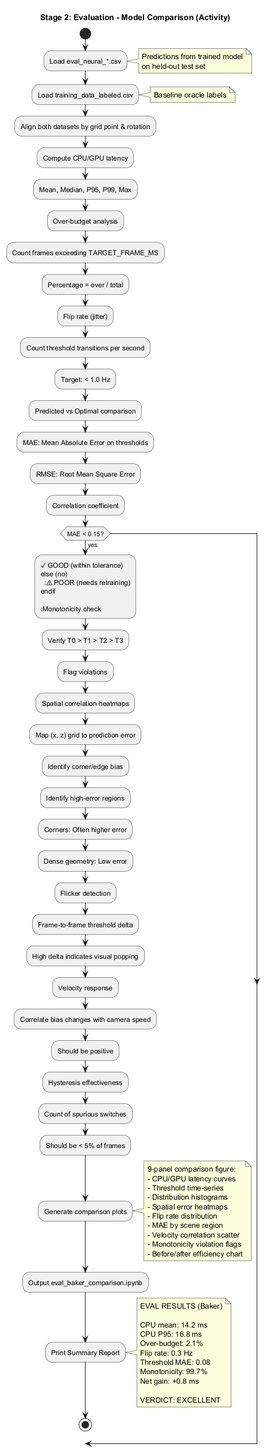
Silent0Wings/neural-lod keeps this PlantUML diagram as ml_pipeline/Diagram/Stage_2/Stage_2_Evaluation_Comparison.png. Above is the earlier version. Its diagram source:
```plantuml
@startuml Stage_2_Evaluation_Comparison

title Stage 2: Evaluation - Model Comparison (Activity)

start

:Load eval_neural_*.csv;
note right
  Predictions from trained model
  on held-out test set
end note

:Load training_data_labeled.csv;
note right
  Baseline oracle labels
end note

:Align both datasets by grid point & rotation;

:Compute CPU/GPU latency;
:Mean, Median, P95, P99, Max;

:Over-budget analysis;
:Count frames exceeding TARGET_FRAME_MS;
:Percentage = over / total;

:Flip rate (jitter);
:Count threshold transitions per second;
:Target: < 1.0 Hz;

:Predicted vs Optimal comparison;
:MAE: Mean Absolute Error on thresholds;
:RMSE: Root Mean Square Error;
:Correlation coefficient;

if (MAE < 0.15?) then (yes)
  :✓ GOOD (within tolerance)
else (no)
  :⚠ POOR (needs retraining)
endif

:Monotonicity check;
:Verify T0 > T1 > T2 > T3;
:Flag violations;

:Spatial correlation heatmaps;
:Map (x, z) grid to prediction error;
:Identify corner/edge bias;

:Identify high-error regions;
:Corners: Often higher error;
:Dense geometry: Low error;

:Flicker detection;
:Frame-to-frame threshold delta;
:High delta indicates visual popping;

:Velocity response;
:Correlate bias changes with camera speed;
:Should be positive;

:Hysteresis effectiveness;
:Count of spurious switches;
:Should be < 5% of frames;

:Generate comparison plots;

note right
  9-panel comparison figure:
  - CPU/GPU latency curves
  - Threshold time-series
  - Distribution histograms
  - Spatial error heatmaps
  - Flip rate distribution
  - MAE by scene region
  - Velocity correlation scatter
  - Monotonicity violation flags
  - Before/after efficiency chart
end note

:Output eval_baker_comparison.ipynb;

:Print Summary Report;

note right
  EVAL RESULTS (Baker)

  CPU mean: 14.2 ms
  CPU P95: 16.8 ms
  Over-budget: 2.1%
  Flip rate: 0.3 Hz
  Threshold MAE: 0.08
  Monotonicity: 99.7%
  Net gain: +0.8 ms

  VERDICT: EXCELLENT
end note

stop

@enduml
```
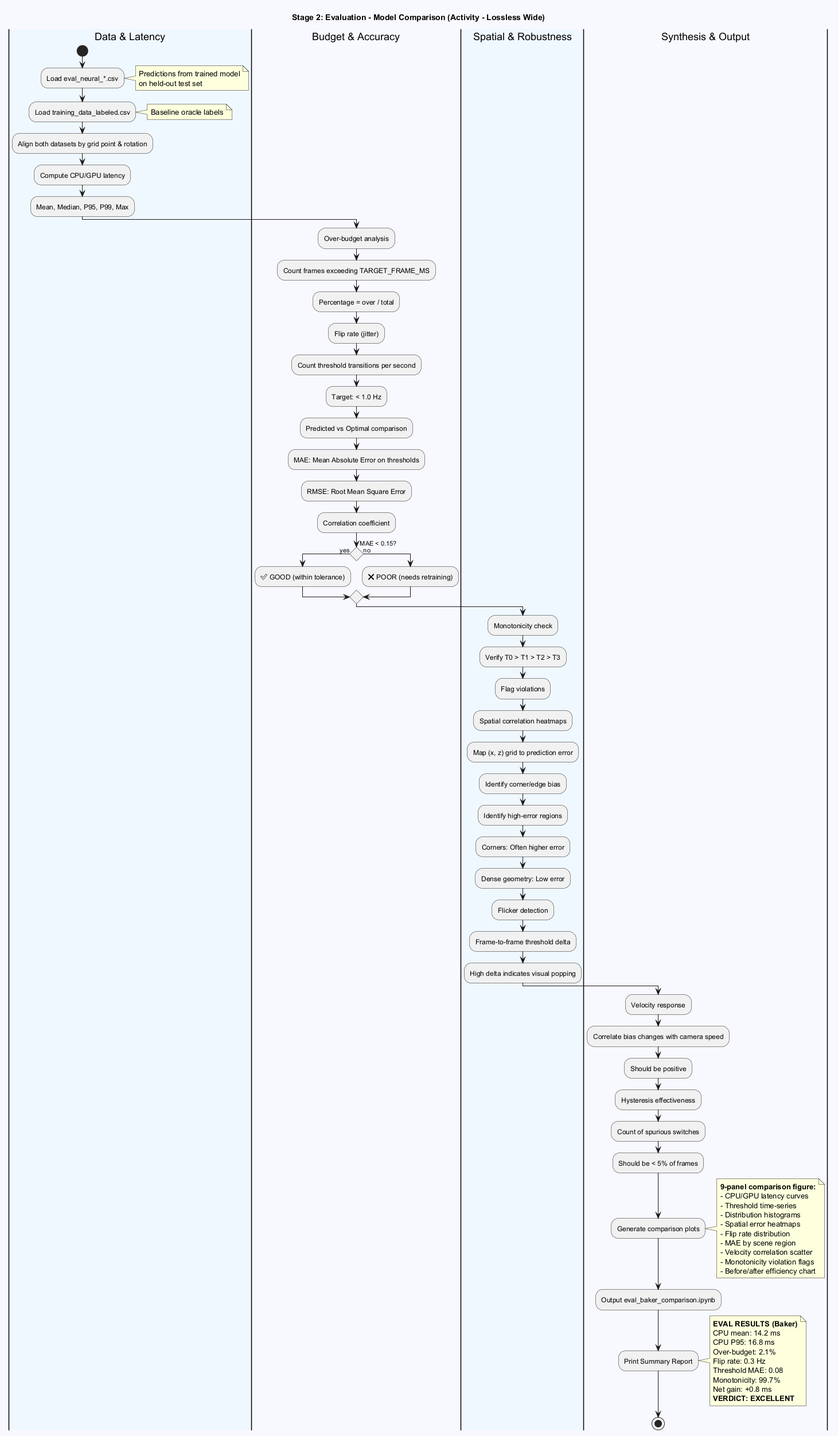
The same file after the commit.

Change to the diagram source:
```diff
@@ -1,9 +1,12 @@
 @startuml Stage_2_Evaluation_Comparison
 
-title Stage 2: Evaluation - Model Comparison (Activity)
+title Stage 2: Evaluation - Model Comparison (Activity - Lossless Wide)
 
+skinparam conditionStyle diamond
+skinparam defaultTextAlignment left
+
+|#AliceBlue|Data & Latency|
 start
-
 :Load eval_neural_*.csv;
 note right
   Predictions from trained model
@@ -20,6 +23,7 @@
 :Compute CPU/GPU latency;
 :Mean, Median, P95, P99, Max;
 
+|#GhostWhite|Budget & Accuracy|
 :Over-budget analysis;
 :Count frames exceeding TARGET_FRAME_MS;
 :Percentage = over / total;
@@ -34,11 +38,12 @@
 :Correlation coefficient;
 
 if (MAE < 0.15?) then (yes)
-  :✓ GOOD (within tolerance)
+  :✅ GOOD (within tolerance);
 else (no)
-  :⚠ POOR (needs retraining)
+  :❌ POOR (needs retraining);
 endif
 
+|#AliceBlue|Spatial & Robustness|
 :Monotonicity check;
 :Verify T0 > T1 > T2 > T3;
 :Flag violations;
@@ -55,6 +60,7 @@
 :Frame-to-frame threshold delta;
 :High delta indicates visual popping;
 
+|#GhostWhite|Synthesis & Output|
 :Velocity response;
 :Correlate bias changes with camera speed;
 :Should be positive;
@@ -64,9 +70,8 @@
 :Should be < 5% of frames;
 
 :Generate comparison plots;
-
 note right
-  9-panel comparison figure:
+  **9-panel comparison figure:**
   - CPU/GPU latency curves
   - Threshold time-series
   - Distribution histograms
@@ -79,12 +84,10 @@
 end note
 
 :Output eval_baker_comparison.ipynb;
-
 :Print Summary Report;
 
 note right
-  EVAL RESULTS (Baker)
-
+  **EVAL RESULTS (Baker)**
   CPU mean: 14.2 ms
   CPU P95: 16.8 ms
   Over-budget: 2.1%
@@ -92,8 +95,7 @@
   Threshold MAE: 0.08
   Monotonicity: 99.7%
   Net gain: +0.8 ms
-
-  VERDICT: EXCELLENT
+  **VERDICT: EXCELLENT**
 end note
 
 stop
```
